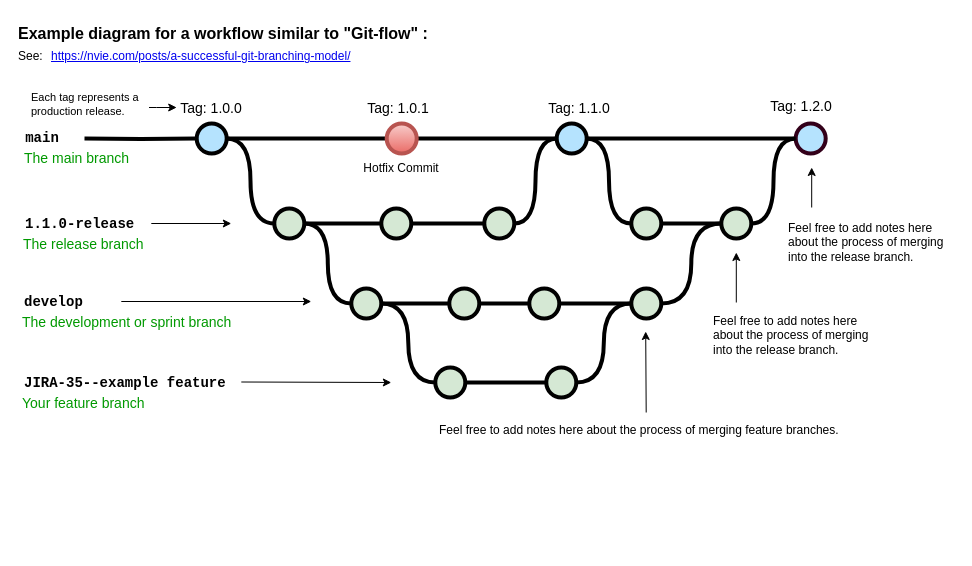
Above: 未命名绘图.drawio in xuanzc/myGitHub (draw.io), before the change. Source tidied: cells renumbered, new cells numbered last; positions are measured from the earlier drawing's top-left corner, leaving out a move shared by most shapes. Both pictures are drawn from the tidied source at 100%, with x=0, y=0 at pixel (16, 17).
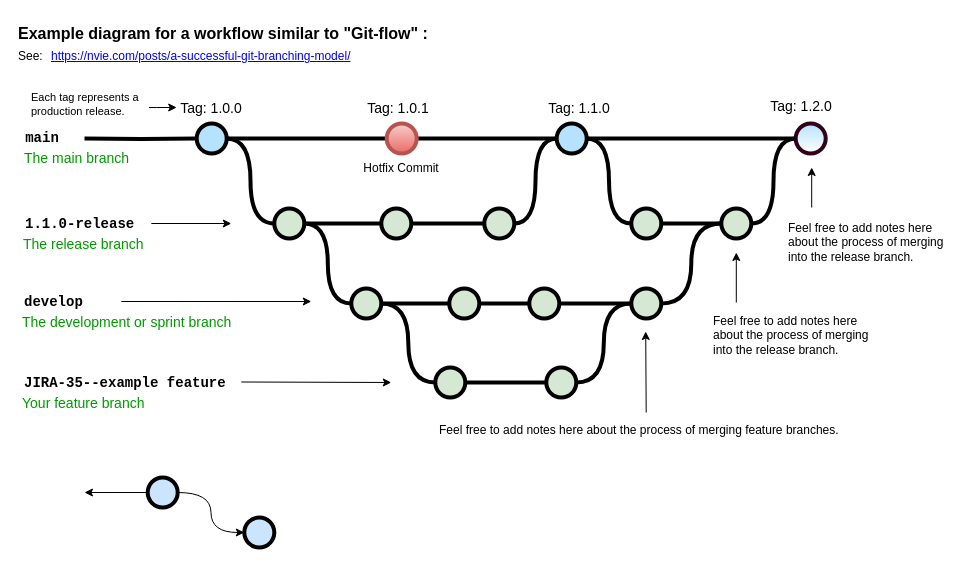
After the change.

Commit message:
更新未命名绘图.drawio

Diff of the diagram source:
```diff
@@
-    <mxCell id="9" style="verticalLabelPosition=bottom;verticalAlign=top;html=1;strokeWidth=4;shape=mxgraph.flowchart.on-page_reference;plain-blue;gradientColor=none;strokeColor=#33001A;fillColor=#B5E3FE;" parent="1" vertex="1">
+    <mxCell id="9" style="verticalLabelPosition=bottom;verticalAlign=top;html=1;strokeWidth=4;shape=mxgraph.flowchart.on-page_reference;plain-blue;gradientColor=#ffffff;strokeColor=#33001A;fillColor=#B5E3FE;gradientDirection=south;" parent="1" vertex="1">
       <mxGeometry x="779.2" y="106" width="30" height="30" as="geometry" />
     </mxCell>
@@
+    <mxCell id="63" style="edgeStyle=orthogonalEdgeStyle;rounded=0;jettySize=auto;html=1;curved=1;exitX=1;exitY=0.5;exitDx=0;exitDy=0;entryX=0;entryY=0.5;entryDx=0;entryDy=0;" parent="1" edge="1" source="65" target="66">
+      <mxGeometry relative="1" as="geometry" />
+    </mxCell>
+    <mxCell id="64" style="edgeStyle=orthogonalEdgeStyle;curved=1;rounded=0;jettySize=auto;html=1;exitX=0;exitY=0.5;exitDx=0;exitDy=0;" parent="1" edge="1" source="65">
+      <mxGeometry relative="1" as="geometry">
+        <mxPoint x="68" y="475" as="targetPoint" />
+      </mxGeometry>
+    </mxCell>
+    <mxCell id="65" style="ellipse;whiteSpace=wrap;html=1;gradientColor=none;gradientDirection=south;strokeWidth=4;fillColor=#CCE5FF;" parent="1" vertex="1">
+      <mxGeometry x="131.2" y="460" width="30" height="30" as="geometry" />
+    </mxCell>
+    <mxCell id="66" style="ellipse;whiteSpace=wrap;html=1;gradientColor=none;gradientDirection=south;strokeWidth=4;fillColor=#CCE5FF;" parent="1" vertex="1">
+      <mxGeometry x="227.8" y="500" width="30" height="30" as="geometry" />
+    </mxCell>
```
